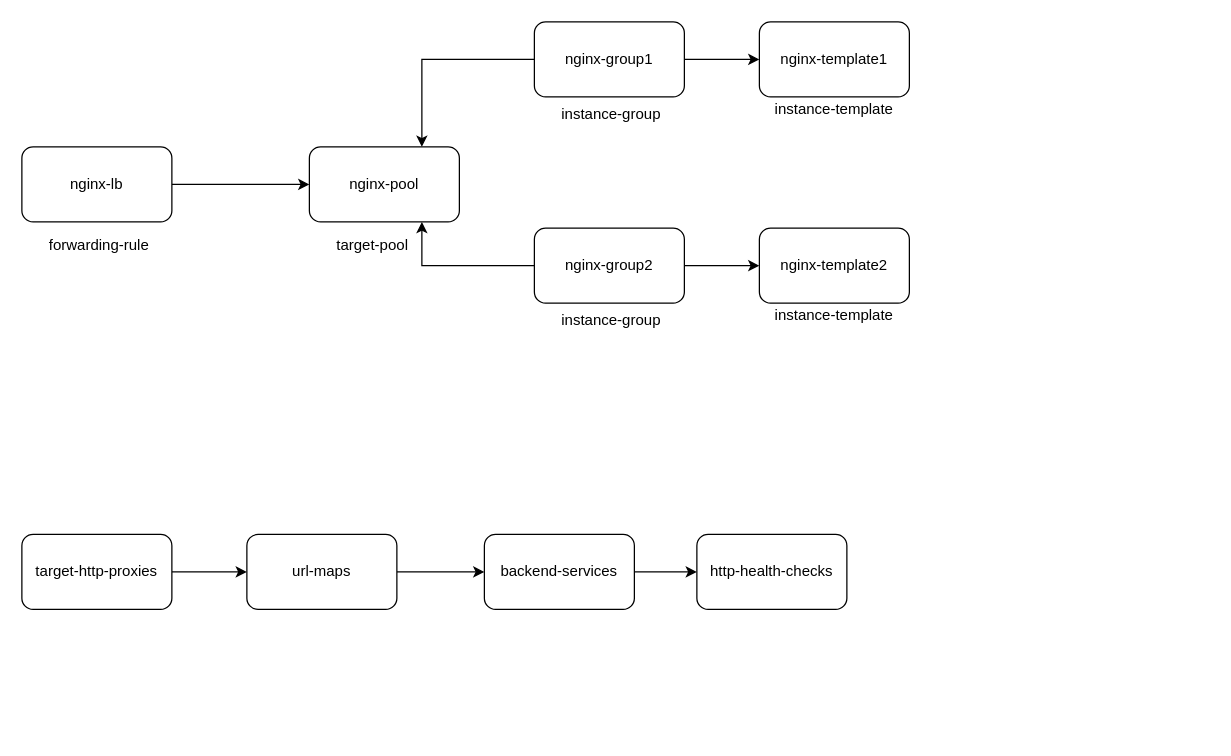
Above: http-lb.drawio in Abdennebi/gcp-training (draw.io), before the change. Source tidied: cells renumbered, new cells numbered last; positions are measured from the earlier drawing's top-left corner, leaving out a move shared by most shapes. Both pictures are drawn from the tidied source at 125%, with x=0, y=0 at pixel (21, 21).
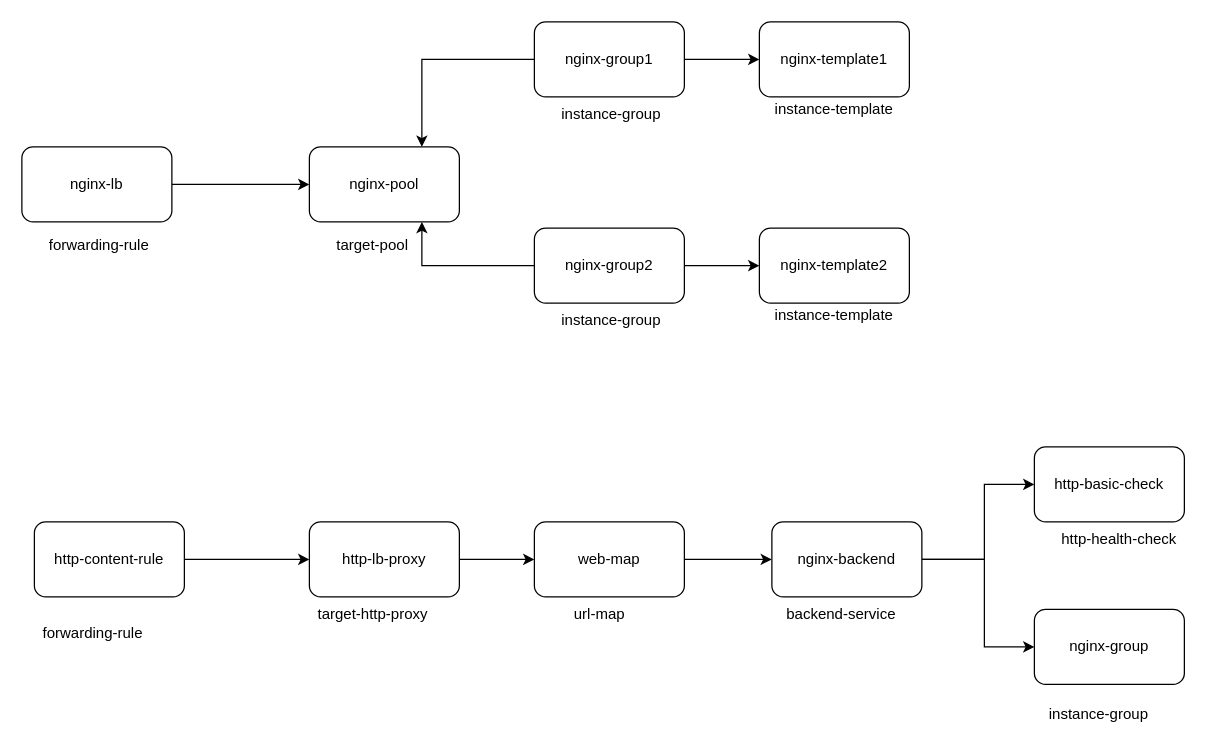
After the change.

The edit, as a diff of the source:
```diff
@@
-    <mxCell id="2" value="&lt;span&gt;http-health-checks&lt;/span&gt;" style="rounded=1;whiteSpace=wrap;html=1;" parent="1" vertex="1">
-      <mxGeometry x="540" y="410" width="120" height="60" as="geometry" />
+    <mxCell id="2" value="&lt;span&gt;http-basic-check&lt;/span&gt;" style="rounded=1;whiteSpace=wrap;html=1;" parent="1" vertex="1">
+      <mxGeometry x="810" y="340" width="120" height="60" as="geometry" />
     </mxCell>
     <mxCell id="3" style="edgeStyle=orthogonalEdgeStyle;rounded=0;jettySize=auto;html=1;entryX=0;entryY=0.5;entryDx=0;entryDy=0;" parent="1" edge="1" source="4" target="2">
-      <mxGeometry relative="1" as="geometry" />
+      <mxGeometry relative="1" as="geometry">
+        <Array as="points">
+          <mxPoint x="770" y="430" />
+          <mxPoint x="770" y="370" />
+        </Array>
+      </mxGeometry>
     </mxCell>
+    <mxCell id="26" style="edgeStyle=orthogonalEdgeStyle;rounded=0;jettySize=auto;html=1;entryX=0;entryY=0.5;entryDx=0;entryDy=0;" parent="1" edge="1" source="4" target="28">
+      <mxGeometry relative="1" as="geometry">
+        <Array as="points">
+          <mxPoint x="770" y="430" />
+          <mxPoint x="770" y="500" />
+        </Array>
+      </mxGeometry>
+    </mxCell>
-    <mxCell id="4" value="&lt;span&gt;backend-services &lt;/span&gt;" style="rounded=1;whiteSpace=wrap;html=1;" parent="1" vertex="1">
-      <mxGeometry x="370" y="410" width="120" height="60" as="geometry" />
+    <mxCell id="4" value="&lt;span&gt;nginx-backend&lt;/span&gt;" style="rounded=1;whiteSpace=wrap;html=1;" parent="1" vertex="1">
+      <mxGeometry x="600" y="400" width="120" height="60" as="geometry" />
     </mxCell>
@@
-    <mxCell id="6" value="&lt;span&gt; url-maps &lt;/span&gt;" style="rounded=1;whiteSpace=wrap;html=1;" parent="1" vertex="1">
-      <mxGeometry x="180" y="410" width="120" height="60" as="geometry" />
+    <mxCell id="6" value="&lt;span&gt;web-map&lt;/span&gt;&lt;br&gt;" style="rounded=1;whiteSpace=wrap;html=1;" parent="1" vertex="1">
+      <mxGeometry x="410" y="400" width="120" height="60" as="geometry" />
     </mxCell>
@@
-    <mxCell id="8" value="&lt;span&gt;target-http-proxies&lt;/span&gt;" style="rounded=1;whiteSpace=wrap;html=1;" parent="1" vertex="1">
-      <mxGeometry y="410" width="120" height="60" as="geometry" />
+    <mxCell id="8" value="&lt;span&gt;http-lb-proxy &lt;/span&gt;&lt;br&gt;" style="rounded=1;whiteSpace=wrap;html=1;" parent="1" vertex="1">
+      <mxGeometry x="230" y="400" width="120" height="60" as="geometry" />
     </mxCell>
@@
+    <mxCell id="27" value="http-health-check" style="text;html=1;" parent="1" vertex="1">
+      <mxGeometry x="830" y="400" width="120" height="30" as="geometry" />
+    </mxCell>
+    <mxCell id="28" value="&lt;span&gt;nginx-group&lt;/span&gt;" style="rounded=1;whiteSpace=wrap;html=1;" parent="1" vertex="1">
+      <mxGeometry x="810" y="470" width="120" height="60" as="geometry" />
+    </mxCell>
+    <mxCell id="29" value="instance-group" style="text;html=1;" parent="1" vertex="1">
+      <mxGeometry x="820" y="540" width="100" height="30" as="geometry" />
+    </mxCell>
+    <mxCell id="30" value="backend-service" style="text;html=1;" parent="1" vertex="1">
+      <mxGeometry x="610" y="460" width="110" height="30" as="geometry" />
+    </mxCell>
+    <mxCell id="31" value="url-map" style="text;html=1;" parent="1" vertex="1">
+      <mxGeometry x="440" y="460" width="70" height="30" as="geometry" />
+    </mxCell>
+    <mxCell id="32" value="target-http-proxy" style="text;html=1;" parent="1" vertex="1">
+      <mxGeometry x="235" y="460" width="120" height="30" as="geometry" />
+    </mxCell>
+    <mxCell id="33" style="edgeStyle=orthogonalEdgeStyle;rounded=0;jettySize=auto;html=1;entryX=0;entryY=0.5;entryDx=0;entryDy=0;" parent="1" edge="1" source="34" target="8">
+      <mxGeometry relative="1" as="geometry" />
+    </mxCell>
+    <mxCell id="34" value="&lt;span&gt;http-content-rule&lt;/span&gt;" style="rounded=1;whiteSpace=wrap;html=1;" parent="1" vertex="1">
+      <mxGeometry x="10" y="400" width="120" height="60" as="geometry" />
+    </mxCell>
+    <mxCell id="35" value="forwarding-rule" style="text;html=1;" parent="1" vertex="1">
+      <mxGeometry x="15" y="475" width="110" height="30" as="geometry" />
+    </mxCell>
```
